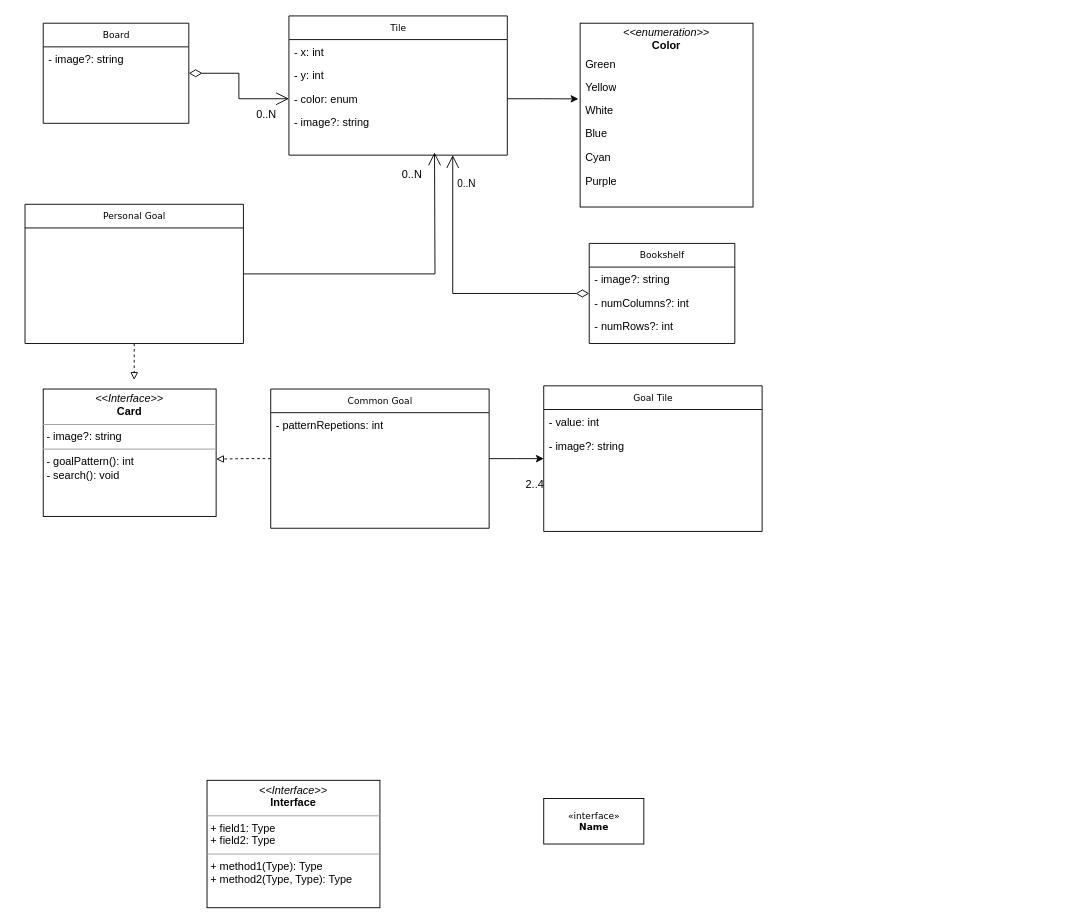
zizzeroni/ing-sw-2023-rovelli-pessina-riccardi-tosetti keeps this draw.io diagram as Untitled Diagram.drawio. Above is the earlier version. Source tidied: cells renumbered, new cells numbered last; positions are measured from the earlier drawing's top-left corner, leaving out a move shared by most shapes. Both pictures are drawn from the tidied source at 91%, with x=0, y=0 at pixel (25, 15).
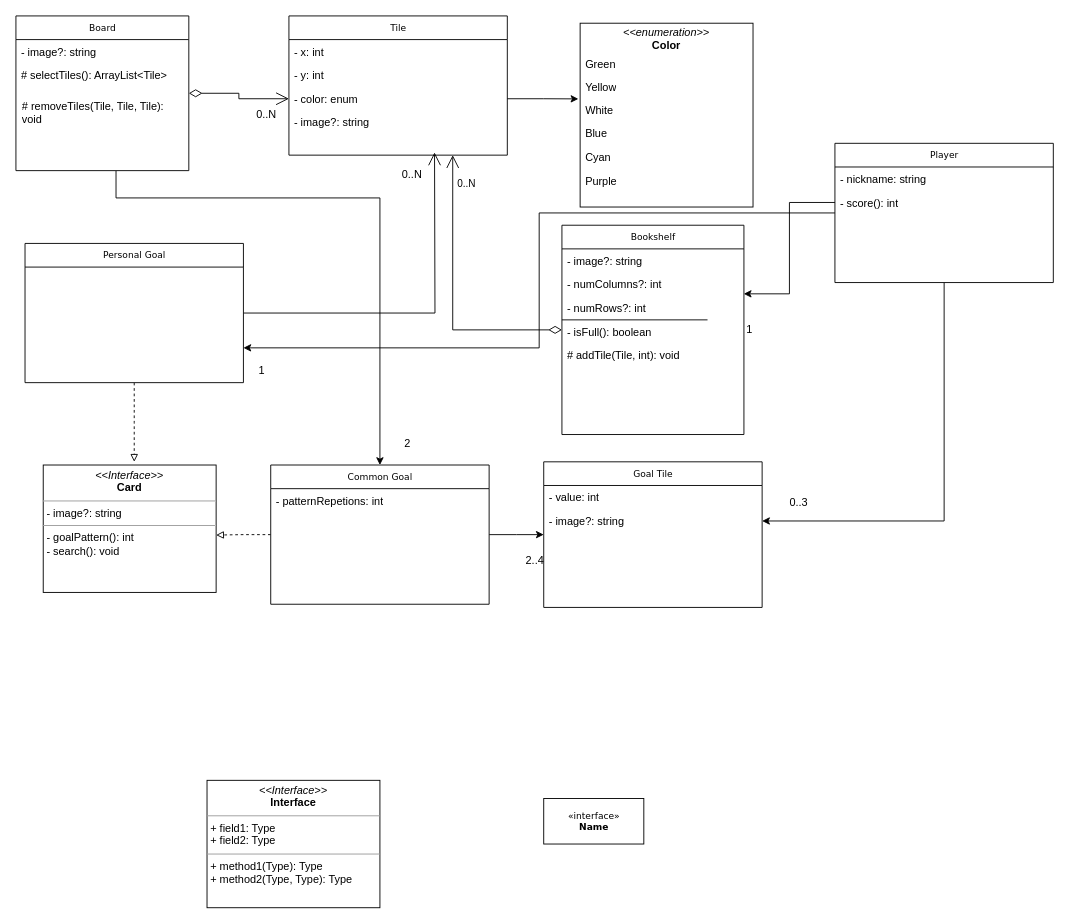
The same diagram, later.

The change refers to these unchanged cells:
```xml
<mxCell id="21" value="- image?: string" style="text;html=1;strokeColor=none;fillColor=none;align=left;verticalAlign=top;spacingLeft=4;spacingRight=4;whiteSpace=wrap;overflow=hidden;points=[[0,0.5],[1,0.5]];portConstraint=eastwest;" parent="19" vertex="1">
  <mxGeometry y="52" width="240" height="26" as="geometry" />
</mxCell>
```

Diff of the diagram source:
```diff
@@
+    <mxCell id="40" style="edgeStyle=orthogonalEdgeStyle;rounded=0;jettySize=auto;html=1;" parent="1" edge="1" source="3" target="32">
+      <mxGeometry relative="1" as="geometry">
+        <Array as="points">
+          <mxPoint x="100" y="200" />
+          <mxPoint x="390" y="200" />
+        </Array>
+      </mxGeometry>
+    </mxCell>
     <mxCell id="3" value="Board" style="swimlane;html=1;fontStyle=0;horizontal=1;startSize=26;fillColor=none;swimlaneFillColor=#ffffff;rounded=0;shadow=0;comic=0;labelBackgroundColor=none;strokeWidth=1;fontFamily=Verdana;fontSize=10;align=center;" parent="1" vertex="1">
-      <mxGeometry x="20" y="8" width="160" height="110" as="geometry" />
+      <mxGeometry x="-10" width="190" height="170" as="geometry" />
     </mxCell>
     <mxCell id="4" value="- image?: string" style="text;html=1;strokeColor=none;fillColor=none;align=left;verticalAlign=top;spacingLeft=4;spacingRight=4;whiteSpace=wrap;overflow=hidden;" parent="3" vertex="1">
-      <mxGeometry y="26" width="160" height="26" as="geometry" />
+      <mxGeometry y="26" width="190" height="26" as="geometry" />
     </mxCell>
+    <mxCell id="41" value="# selectTiles(): ArrayList&amp;lt;Tile&amp;gt;" style="text;html=1;strokeColor=none;fillColor=none;align=left;verticalAlign=top;spacingLeft=4;spacingRight=4;whiteSpace=wrap;overflow=hidden;" parent="3" vertex="1">
+      <mxGeometry y="52" width="190" height="38" as="geometry" />
+    </mxCell>
@@
     <mxCell id="19" value="Goal Tile" style="swimlane;html=1;fontStyle=0;horizontal=1;startSize=26;fillColor=none;swimlaneFillColor=#ffffff;rounded=0;shadow=0;comic=0;labelBackgroundColor=none;strokeWidth=1;fontFamily=Verdana;fontSize=10;align=center;" parent="1" vertex="1">
-      <mxGeometry x="570" y="406.5" width="240" height="160" as="geometry" />
+      <mxGeometry x="570" y="490" width="240" height="160" as="geometry" />
     </mxCell>
@@
-    <mxCell id="24" value="Bookshelf" style="swimlane;html=1;fontStyle=0;horizontal=1;startSize=26;fillColor=none;swimlaneFillColor=#ffffff;rounded=0;shadow=0;comic=0;labelBackgroundColor=none;strokeWidth=1;fontFamily=Verdana;fontSize=10;align=center;" parent="1" vertex="1">
-      <mxGeometry x="620" y="250" width="160" height="110" as="geometry" />
+    <mxCell id="24" value="Bookshelf" style="swimlane;html=1;fontStyle=0;horizontal=1;startSize=26;fillColor=none;swimlaneFillColor=#ffffff;rounded=0;shadow=0;comic=0;labelBackgroundColor=none;strokeWidth=1;fontFamily=Verdana;fontSize=10;align=center;strokeColor=default;" parent="1" vertex="1">
+      <mxGeometry x="590" y="230" width="200" height="230" as="geometry" />
     </mxCell>
     <mxCell id="25" value="- image?: string" style="text;html=1;strokeColor=none;fillColor=none;align=left;verticalAlign=top;spacingLeft=4;spacingRight=4;whiteSpace=wrap;overflow=hidden;" parent="24" vertex="1">
-      <mxGeometry y="26" width="160" height="26" as="geometry" />
+      <mxGeometry y="26" width="200" height="26" as="geometry" />
     </mxCell>
     <mxCell id="26" value="- numColumns?: int" style="text;html=1;strokeColor=none;fillColor=none;align=left;verticalAlign=top;spacingLeft=4;spacingRight=4;whiteSpace=wrap;overflow=hidden;" parent="24" vertex="1">
-      <mxGeometry y="52" width="160" height="26" as="geometry" />
+      <mxGeometry y="52" width="200" height="26" as="geometry" />
     </mxCell>
     <mxCell id="27" value="- numRows?: int" style="text;html=1;strokeColor=none;fillColor=none;align=left;verticalAlign=top;spacingLeft=4;spacingRight=4;whiteSpace=wrap;overflow=hidden;points=[[0,0.5],[1,0.5]];portConstraint=eastwest;" parent="24" vertex="1">
-      <mxGeometry y="78" width="160" height="26" as="geometry" />
+      <mxGeometry y="78" width="200" height="26" as="geometry" />
     </mxCell>
+    <mxCell id="42" style="endArrow=none;html=1;rounded=0;" parent="24" edge="1">
+      <mxGeometry relative="1" as="geometry">
+        <mxPoint y="104" as="sourcePoint" />
+        <mxPoint x="160" y="104" as="targetPoint" />
+      </mxGeometry>
+    </mxCell>
+    <mxCell id="43" value="- isFull(): boolean" style="text;html=1;strokeColor=none;fillColor=none;align=left;verticalAlign=top;spacingLeft=4;spacingRight=4;whiteSpace=wrap;overflow=hidden;" parent="24" vertex="1">
+      <mxGeometry y="104" width="200" height="26" as="geometry" />
+    </mxCell>
+    <mxCell id="44" value="# addTile(Tile, int): void" style="text;html=1;strokeColor=none;fillColor=none;align=left;verticalAlign=top;spacingLeft=4;spacingRight=4;whiteSpace=wrap;overflow=hidden;" parent="24" vertex="1">
+      <mxGeometry y="130" width="200" height="38" as="geometry" />
+    </mxCell>
@@
     <mxCell id="29" value="&lt;p style=&quot;margin:0px;margin-top:4px;text-align:center;&quot;&gt;&lt;i&gt;&amp;lt;&amp;lt;Interface&amp;gt;&amp;gt;&lt;/i&gt;&lt;br&gt;&lt;b&gt;Card&lt;/b&gt;&lt;/p&gt;&lt;hr size=&quot;1&quot;&gt;&lt;p style=&quot;margin:0px;margin-left:4px;&quot;&gt;- image?: string&lt;br&gt;&lt;/p&gt;&lt;hr size=&quot;1&quot;&gt;&lt;p style=&quot;margin:0px;margin-left:4px;&quot;&gt;- goalPattern(): int&lt;br&gt;&lt;/p&gt;&lt;p style=&quot;margin:0px;margin-left:4px;&quot;&gt;- search(): void&lt;/p&gt;" style="verticalAlign=top;align=left;overflow=fill;fontSize=12;fontFamily=Helvetica;html=1;rounded=0;shadow=0;comic=0;labelBackgroundColor=none;strokeWidth=1;" parent="1" vertex="1">
-      <mxGeometry x="20" y="410" width="190" height="140" as="geometry" />
+      <mxGeometry x="20" y="493.5" width="190" height="140" as="geometry" />
     </mxCell>
@@
     <mxCell id="31" style="edgeStyle=orthogonalEdgeStyle;rounded=0;jettySize=auto;html=1;" parent="1" edge="1" source="32">
       <mxGeometry relative="1" as="geometry">
-        <mxPoint x="570" y="486.5" as="targetPoint" />
+        <mxPoint x="570" y="570" as="targetPoint" />
       </mxGeometry>
     </mxCell>
     <mxCell id="32" value="Common Goal" style="swimlane;html=1;fontStyle=0;horizontal=1;startSize=26;fillColor=none;swimlaneFillColor=#ffffff;rounded=0;shadow=0;comic=0;labelBackgroundColor=none;strokeWidth=1;fontFamily=Verdana;fontSize=10;align=center;" parent="1" vertex="1">
-      <mxGeometry x="270" y="410" width="240" height="153" as="geometry" />
+      <mxGeometry x="270" y="493.5" width="240" height="153" as="geometry" />
     </mxCell>
@@
     <mxCell id="34" style="edgeStyle=orthogonalEdgeStyle;rounded=0;jettySize=auto;html=1;dashed=1;endArrow=block;endFill=0;" parent="1" edge="1" source="36">
       <mxGeometry relative="1" as="geometry">
-        <mxPoint x="120" y="400" as="targetPoint" />
+        <mxPoint x="120" y="490" as="targetPoint" />
       </mxGeometry>
     </mxCell>
@@
     <mxCell id="36" value="Personal Goal" style="swimlane;html=1;fontStyle=0;horizontal=1;startSize=26;fillColor=none;swimlaneFillColor=#ffffff;rounded=0;shadow=0;comic=0;labelBackgroundColor=none;strokeWidth=1;fontFamily=Verdana;fontSize=10;align=center;" parent="1" vertex="1">
-      <mxGeometry y="207" width="240" height="153" as="geometry" />
+      <mxGeometry y="250" width="240" height="153" as="geometry" />
     </mxCell>
     <mxCell id="37" value="2..4" style="text;html=1;align=center;verticalAlign=middle;strokeColor=none;fillColor=none;" parent="1" vertex="1">
-      <mxGeometry x="540" y="500" width="40" height="30" as="geometry" />
+      <mxGeometry x="540" y="583.5" width="40" height="30" as="geometry" />
     </mxCell>
@@
+    <mxCell id="45" style="edgeStyle=orthogonalEdgeStyle;rounded=0;jettySize=auto;html=1;" parent="1" edge="1" source="47" target="21">
+      <mxGeometry relative="1" as="geometry" />
+    </mxCell>
+    <mxCell id="46" style="edgeStyle=orthogonalEdgeStyle;rounded=0;jettySize=auto;html=1;entryX=1;entryY=0.75;entryDx=0;entryDy=0;" parent="1" edge="1" source="47" target="36">
+      <mxGeometry relative="1" as="geometry" />
+    </mxCell>
+    <mxCell id="47" value="Player" style="swimlane;html=1;fontStyle=0;horizontal=1;startSize=26;fillColor=none;swimlaneFillColor=#ffffff;rounded=0;shadow=0;comic=0;labelBackgroundColor=none;strokeWidth=1;fontFamily=Verdana;fontSize=10;align=center;" parent="1" vertex="1">
+      <mxGeometry x="890" y="140" width="240" height="153" as="geometry" />
+    </mxCell>
+    <mxCell id="48" value="- nickname: string" style="text;html=1;strokeColor=none;fillColor=none;align=left;verticalAlign=top;spacingLeft=4;spacingRight=4;whiteSpace=wrap;overflow=hidden;" parent="47" vertex="1">
+      <mxGeometry y="26" width="240" height="26" as="geometry" />
+    </mxCell>
+    <mxCell id="49" value="- score(): int" style="text;html=1;strokeColor=none;fillColor=none;align=left;verticalAlign=top;spacingLeft=4;spacingRight=4;whiteSpace=wrap;overflow=hidden;points=[[0,0.5],[1,0.5]];portConstraint=eastwest;" parent="47" vertex="1">
+      <mxGeometry y="52" width="240" height="26" as="geometry" />
+    </mxCell>
+    <mxCell id="50" value="0..3" style="text;html=1;align=center;verticalAlign=middle;strokeColor=none;fillColor=none;" parent="1" vertex="1">
+      <mxGeometry x="830" y="520" width="40" height="30" as="geometry" />
+    </mxCell>
+    <mxCell id="51" value="1" style="text;html=1;align=center;verticalAlign=middle;strokeColor=none;fillColor=none;" parent="1" vertex="1">
+      <mxGeometry x="781" y="330" width="30" height="30" as="geometry" />
+    </mxCell>
+    <mxCell id="52" style="edgeStyle=orthogonalEdgeStyle;rounded=0;jettySize=auto;html=1;entryX=0.999;entryY=-0.1;entryDx=0;entryDy=0;entryPerimeter=0;startArrow=none;startFill=0;" parent="1" edge="1" source="49" target="27">
+      <mxGeometry relative="1" as="geometry" />
+    </mxCell>
+    <mxCell id="53" value="2" style="text;html=1;align=center;verticalAlign=middle;strokeColor=none;fillColor=none;" parent="1" vertex="1">
+      <mxGeometry x="405" y="455" width="30" height="30" as="geometry" />
+    </mxCell>
+    <mxCell id="54" value="1" style="text;html=1;align=center;verticalAlign=middle;strokeColor=none;fillColor=none;" parent="1" vertex="1">
+      <mxGeometry x="245" y="375" width="30" height="30" as="geometry" />
+    </mxCell>
+    <mxCell id="55" value="# removeTiles(Tile, Tile, Tile): void" style="text;html=1;strokeColor=none;fillColor=none;align=left;verticalAlign=top;spacingLeft=4;spacingRight=4;whiteSpace=wrap;overflow=hidden;" parent="1" vertex="1">
+      <mxGeometry x="-9" y="86" width="190" height="38" as="geometry" />
+    </mxCell>
```
